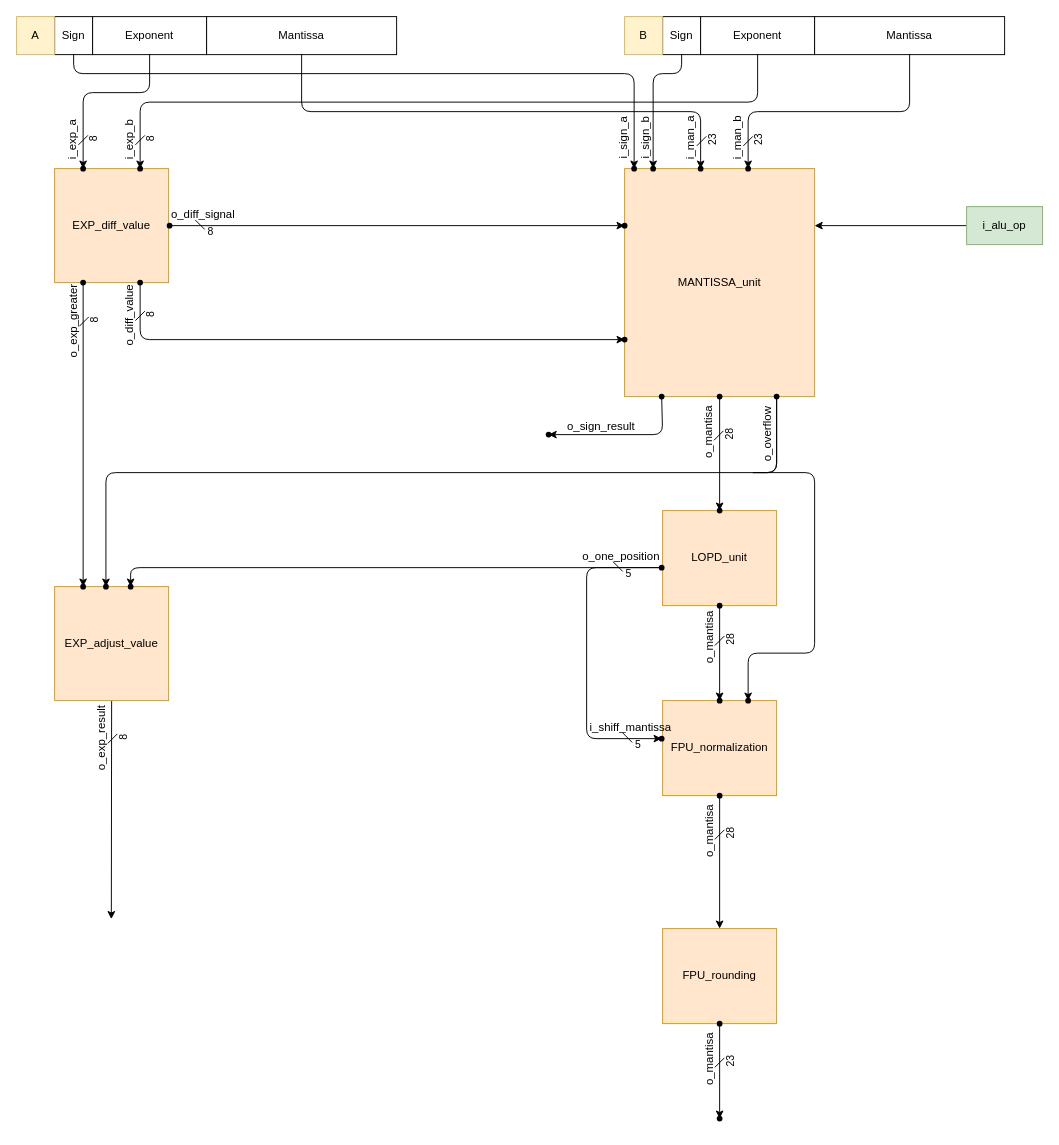
The draw.io diagram 00_spec/spec.drawio in Noname-29-lnin/Floating_point, before the edit. Source tidied: cells renumbered, new cells numbered last; positions are measured from the earlier drawing's top-left corner, leaving out a move shared by most shapes. Both pictures are drawn from the tidied source at 95%, with x=0, y=0 at pixel (16, 16).
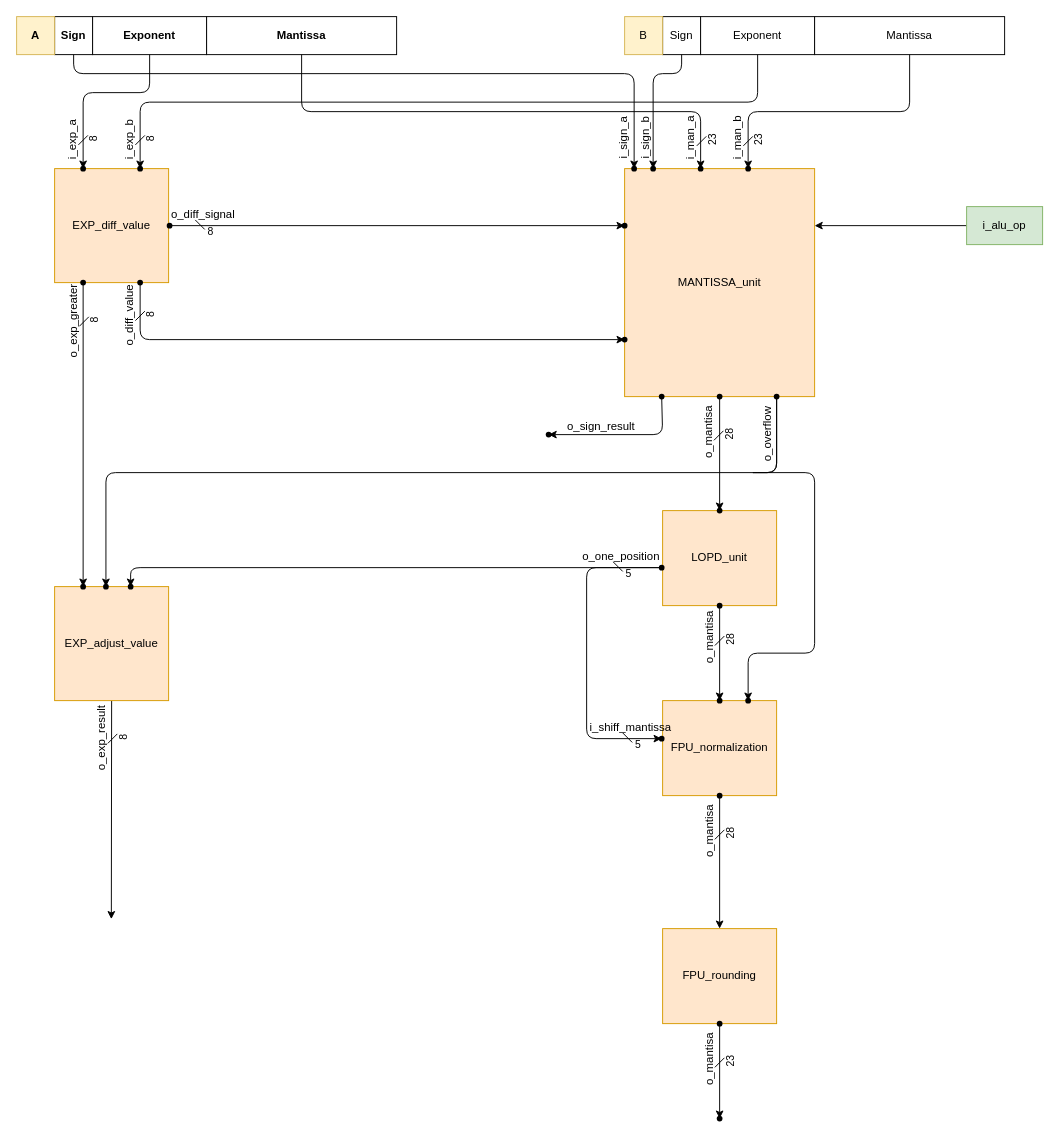
Above is the later version.

What changed in the source:
```diff
@@
-    <mxCell id="4" style="group;" parent="1" vertex="1">
+    <mxCell id="4" style="group;fontStyle=1;" parent="1" vertex="1">
       <mxGeometry width="400" height="40" as="geometry" />
     </mxCell>
-    <mxCell id="5" value="Sign" style="whiteSpace=wrap;html=1;" parent="4" vertex="1">
+    <mxCell id="5" value="Sign" style="whiteSpace=wrap;html=1;fontStyle=1;" parent="4" vertex="1">
       <mxGeometry x="40" width="40" height="40" as="geometry" />
     </mxCell>
-    <mxCell id="6" value="Exponent" style="whiteSpace=wrap;html=1;" parent="4" vertex="1">
+    <mxCell id="6" value="Exponent" style="whiteSpace=wrap;html=1;fontStyle=1;" parent="4" vertex="1">
       <mxGeometry x="80" width="120" height="40" as="geometry" />
     </mxCell>
-    <mxCell id="7" value="Mantissa" style="whiteSpace=wrap;html=1;" parent="4" vertex="1">
+    <mxCell id="7" value="Mantissa" style="whiteSpace=wrap;html=1;fontStyle=1;" parent="4" vertex="1">
       <mxGeometry x="200" width="200" height="40" as="geometry" />
     </mxCell>
-    <mxCell id="8" value="A" style="whiteSpace=wrap;html=1;fillColor=#fff2cc;strokeColor=#d6b656;" parent="4" vertex="1">
+    <mxCell id="8" value="A" style="whiteSpace=wrap;html=1;fillColor=#fff2cc;strokeColor=#d6b656;fontStyle=1;" parent="4" vertex="1">
       <mxGeometry width="40" height="40" as="geometry" />
     </mxCell>
```
